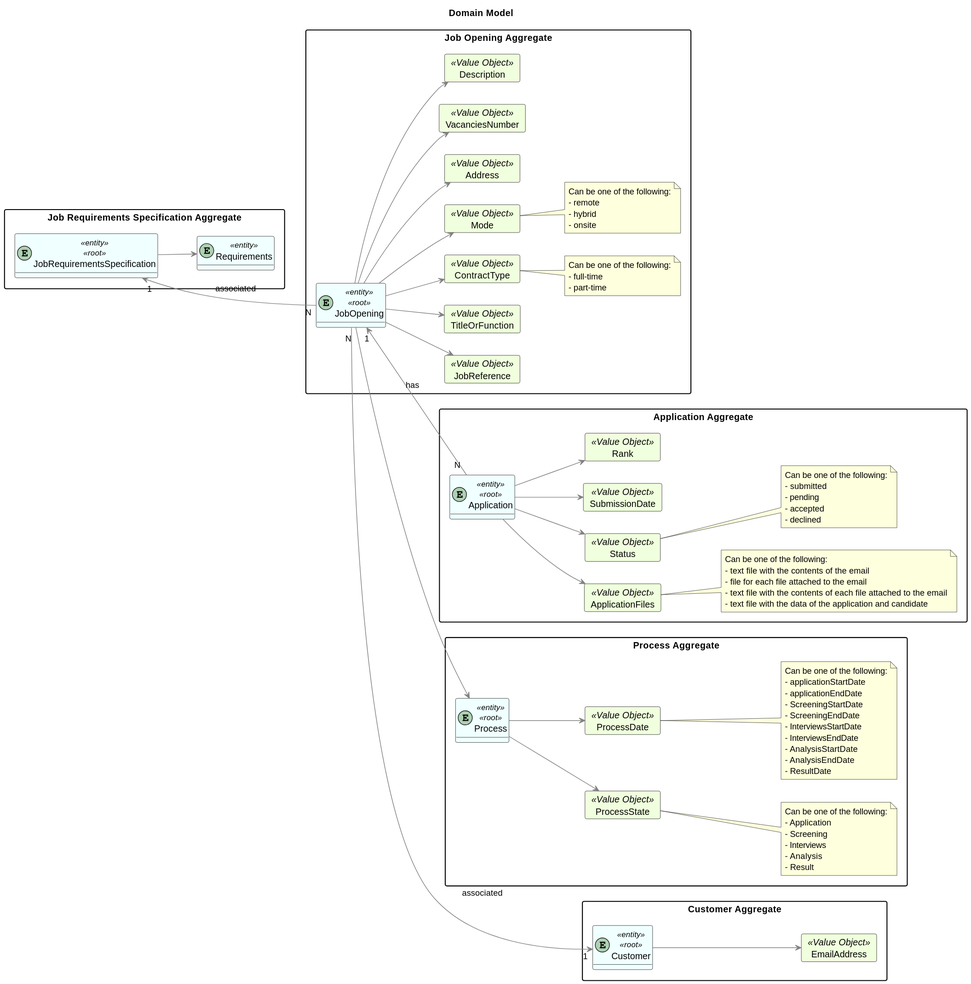
This is docs/SprintC/3-list-job-openings-by-customer/domain-model.svg from MiguelCardoso77/LAPR4, a PlantUML export, as it was before one commit.
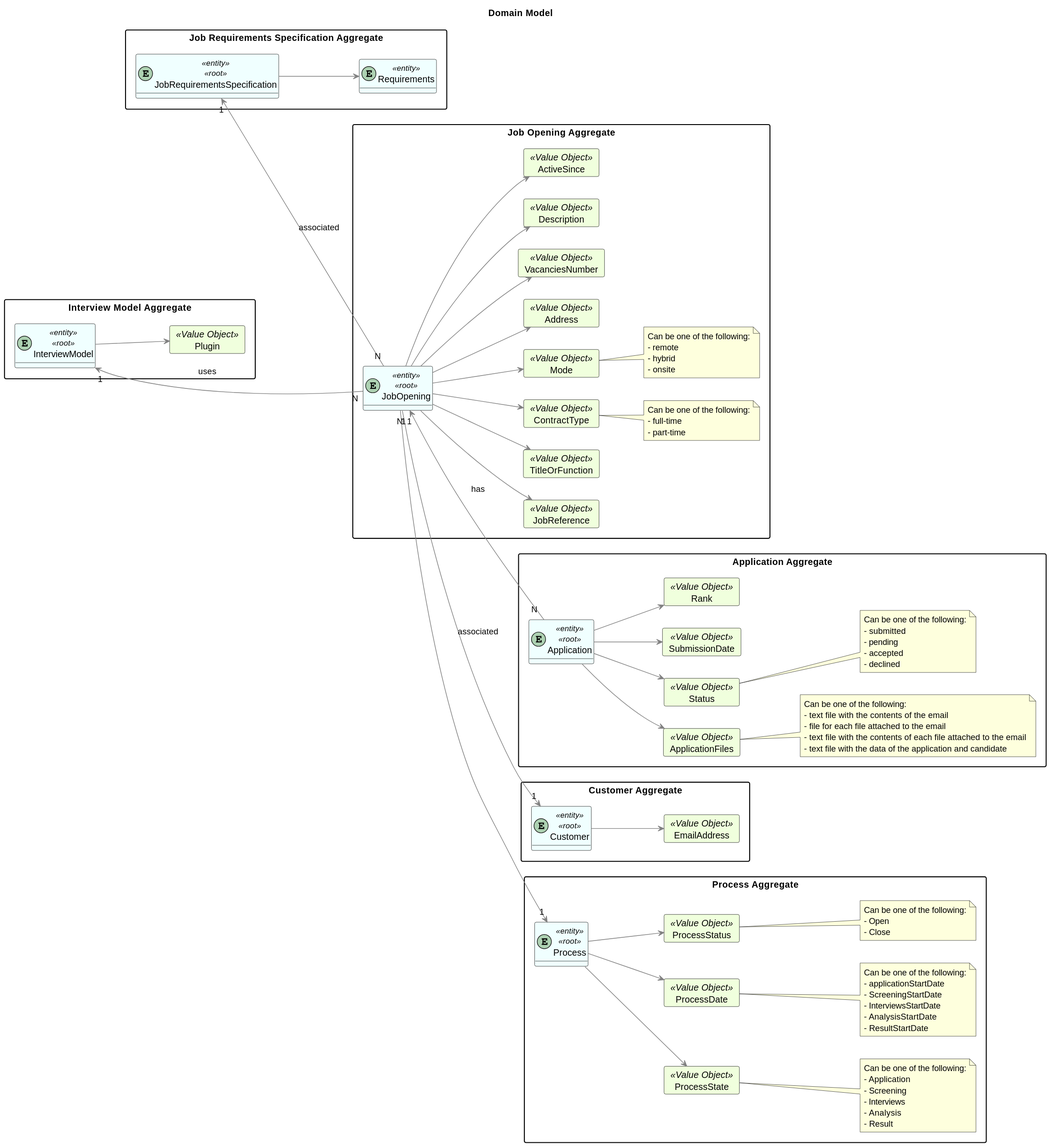
Above is the later version.

Commit message:
Domain model update #37

Diff of the diagram source:
```diff
@@ -48,6 +48,8 @@
     }
     card Description <<Value Object>> {
     }
+    card ActiveSince <<Value Object>>{
+    }
 
     JobOpening --> JobReference
     JobOpening --> TitleOrFunction
@@ -56,6 +58,7 @@
     JobOpening --> Address
     JobOpening --> VacanciesNumber
     JobOpening --> Description
+    JobOpening --> ActiveSince
 
     note right of ContractType
         Can be one of the following:
@@ -123,21 +126,20 @@
     }
     card ProcessDate <<Value Object>> {
     }
+    card ProcessStatus <<Value Object>>{
+    }
 
     Process --> ProcessState
     Process --> ProcessDate
+    Process --> ProcessStatus
 
     note right of ProcessDate
         Can be one of the following:
         - applicationStartDate
-        - applicationEndDate
         - ScreeningStartDate
-        - ScreeningEndDate
         - InterviewsStartDate
-        - InterviewsEndDate
         - AnalysisStartDate
-        - AnalysisEndDate
-        - ResultDate
+        - ResultStartDate
     end note
 
     note right of ProcessState
@@ -149,13 +151,29 @@
         - Result
     end note
 
+    note right of ProcessStatus
+        Can be one of the following:
+        - Open
+        - Close
+    end note
 }
 
-JobOpening "1" <-- "N " Application : has
-JobOpening "N" ---> "1" Customer : associated
+package "Interview Model Aggregate"{
+entity InterviewModel <<entity>><<root>>
 
-JobOpening  --> Process
+    card Plugin <<Value Object>> {
+    }
+
+    InterviewModel --> Plugin
+
+}
 
 
-JobRequirementsSpecification "1" <--- "N" JobOpening : associated
+JobOpening "1" <-- "N " Application : has
+JobOpening "N" --> "1" Customer : associated
+JobOpening  "1" --> "1" Process
+
+JobRequirementsSpecification "1" <-- "N" JobOpening : associated
+
+InterviewModel "1" <--- "N" JobOpening : uses
 @enduml
```
